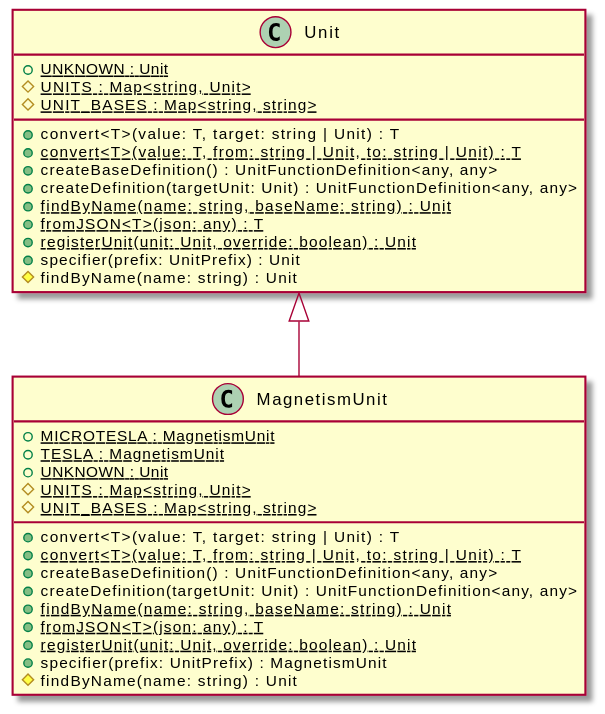
Earlier version of the PlantUML export assets/MagnetismUnit-umlClassDiagram-1149.svg (OpenHPS/openhps-core).
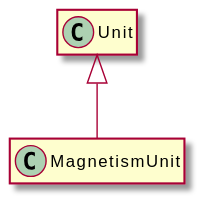
The same diagram one commit later.

The edit, as a diff of the source:
```diff
@@ -3,34 +3,8 @@
 hide empty methods
 hide empty fields
 class "MagnetismUnit" {
-    {static} +MICROTESLA : MagnetismUnit
-    {static} +TESLA : MagnetismUnit
-    {static} +UNKNOWN : Unit
-    {static} #UNITS : Map<string, Unit>
-    {static} #UNIT_BASES : Map<string, string>
-    +convert<T>(value: T, target: string | Unit) : T
-    {static} +convert<T>(value: T, from: string | Unit, to: string | Unit) : T
-    +createBaseDefinition() : UnitFunctionDefinition<any, any>
-    +createDefinition(targetUnit: Unit) : UnitFunctionDefinition<any, any>
-    {static} +findByName(name: string, baseName: string) : Unit
-    {static} +fromJSON<T>(json: any) : T
-    {static} +registerUnit(unit: Unit, override: boolean) : Unit
-    +specifier(prefix: UnitPrefix) : MagnetismUnit
-    #findByName(name: string) : Unit
 }
 class "Unit" {
-    {static} +UNKNOWN : Unit
-    {static} #UNITS : Map<string, Unit>
-    {static} #UNIT_BASES : Map<string, string>
-    +convert<T>(value: T, target: string | Unit) : T
-    {static} +convert<T>(value: T, from: string | Unit, to: string | Unit) : T
-    +createBaseDefinition() : UnitFunctionDefinition<any, any>
-    +createDefinition(targetUnit: Unit) : UnitFunctionDefinition<any, any>
-    {static} +findByName(name: string, baseName: string) : Unit
-    {static} +fromJSON<T>(json: any) : T
-    {static} +registerUnit(unit: Unit, override: boolean) : Unit
-    +specifier(prefix: UnitPrefix) : Unit
-    #findByName(name: string) : Unit
 }
 "Unit" <|-- "MagnetismUnit"
 @enduml
```
